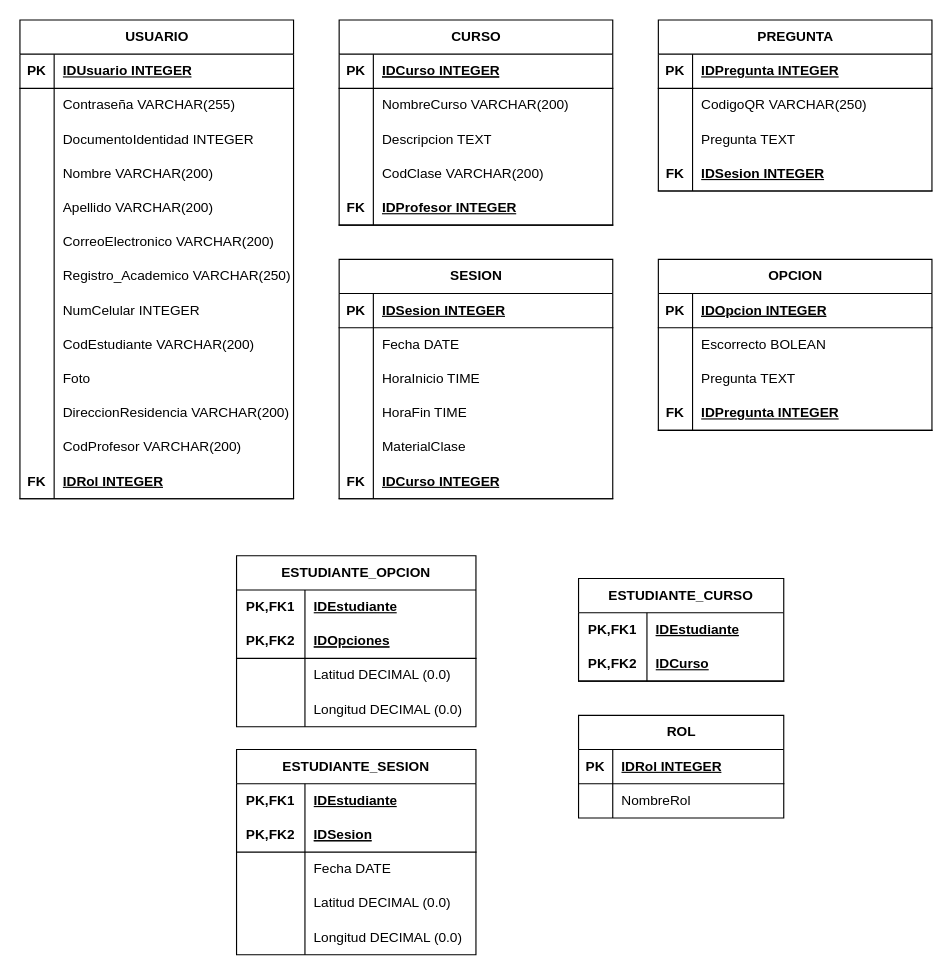
Earlier version of the draw.io diagram Attenzio Esquema Relacional_02.drawio (18luisc/Attenzio). Source tidied: cells renumbered, new cells numbered last; positions are measured from the earlier drawing's top-left corner, leaving out a move shared by most shapes. Both pictures are drawn from the tidied source at 114%, with x=0, y=0 at pixel (19, 19).
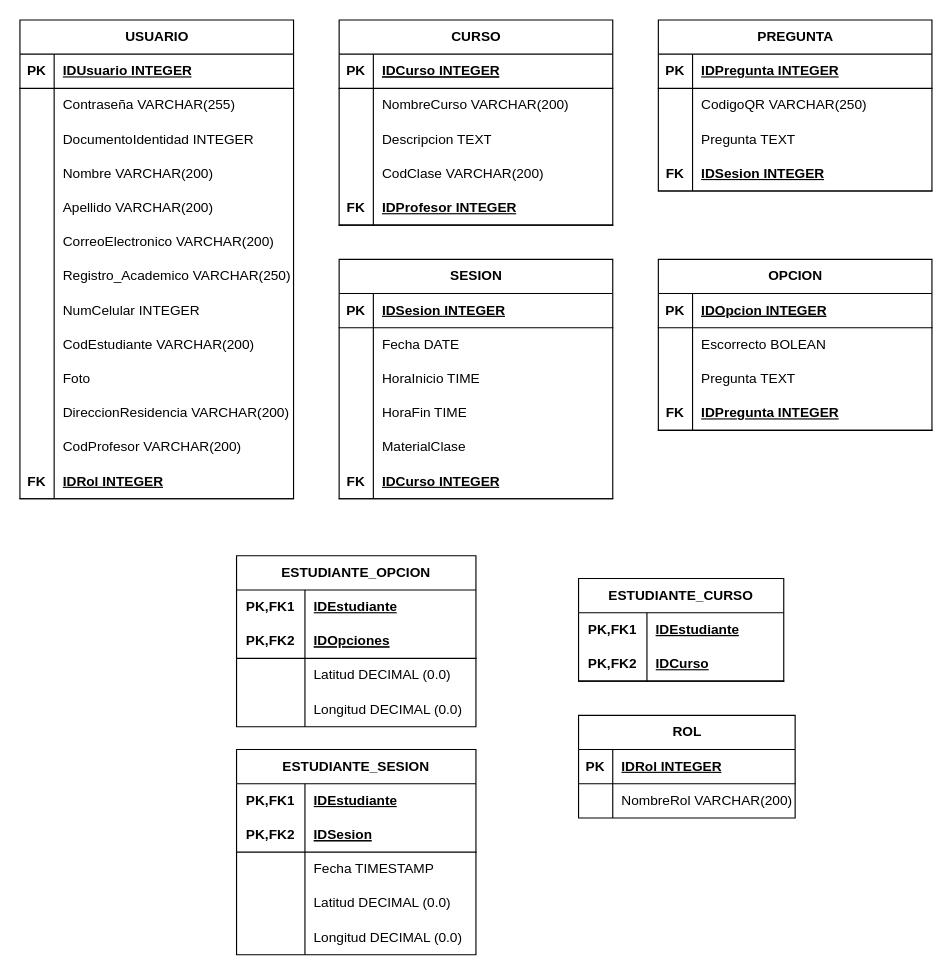
The same page after the edit.

Unchanged cells that the change refers to:
```xml
<mxCell id="130" style="shape=tableRow;horizontal=0;startSize=0;swimlaneHead=0;swimlaneBody=0;fillColor=none;top=0;left=0;right=0;bottom=0;html=1;" parent="123" vertex="1">
  <mxGeometry y="90" width="210" height="30" as="geometry" />
</mxCell>
```

Change to the diagram source:
```diff
@@
-    <mxCell id="132" value="Fecha DATE" style="shape=partialRectangle;fillColor=none;top=0;left=0;bottom=0;right=0;align=left;spacingLeft=6;overflow=hidden;html=1;whiteSpace=wrap;" parent="130" vertex="1">
+    <mxCell id="132" value="Fecha TIMESTAMP" style="shape=partialRectangle;fillColor=none;top=0;left=0;bottom=0;right=0;align=left;spacingLeft=6;overflow=hidden;html=1;whiteSpace=wrap;" parent="130" vertex="1">
       <mxGeometry x="60" width="150" height="30" as="geometry" />
     </mxCell>
@@
     <mxCell id="139" value="ROL" style="shape=table;startSize=30;childLayout=tableLayout;rowLines=0;fontStyle=1;align=center;html=1;" parent="1" vertex="1">
-      <mxGeometry x="490" y="610" width="180" height="90" as="geometry" />
+      <mxGeometry x="490" y="610" width="190" height="90" as="geometry" />
     </mxCell>
     <mxCell id="140" style="shape=tableRow;horizontal=0;startSize=0;swimlaneHead=0;swimlaneBody=0;fillColor=none;top=0;left=0;right=0;bottom=1;" parent="139" vertex="1">
-      <mxGeometry y="30" width="180" height="30" as="geometry" />
+      <mxGeometry y="30" width="190" height="30" as="geometry" />
     </mxCell>
@@
     <mxCell id="142" value="IDRol INTEGER" style="shape=partialRectangle;fillColor=none;top=0;left=0;bottom=0;right=0;align=left;spacingLeft=6;fontStyle=5;overflow=hidden;whiteSpace=wrap;html=1;" parent="140" vertex="1">
-      <mxGeometry x="30" width="150" height="30" as="geometry" />
+      <mxGeometry x="30" width="160" height="30" as="geometry" />
     </mxCell>
     <mxCell id="143" style="shape=tableRow;horizontal=0;startSize=0;swimlaneHead=0;swimlaneBody=0;fillColor=none;top=0;left=0;right=0;bottom=0;" parent="139" vertex="1">
-      <mxGeometry y="60" width="180" height="30" as="geometry" />
+      <mxGeometry y="60" width="190" height="30" as="geometry" />
     </mxCell>
@@
-    <mxCell id="145" value="NombreRol" style="shape=partialRectangle;fillColor=none;top=0;left=0;bottom=0;right=0;align=left;spacingLeft=6;overflow=hidden;whiteSpace=wrap;html=1;" parent="143" vertex="1">
-      <mxGeometry x="30" width="150" height="30" as="geometry" />
+    <mxCell id="145" value="NombreRol VARCHAR(200)" style="shape=partialRectangle;fillColor=none;top=0;left=0;bottom=0;right=0;align=left;spacingLeft=6;overflow=hidden;whiteSpace=wrap;html=1;" parent="143" vertex="1">
+      <mxGeometry x="30" width="160" height="30" as="geometry" />
     </mxCell>
```
